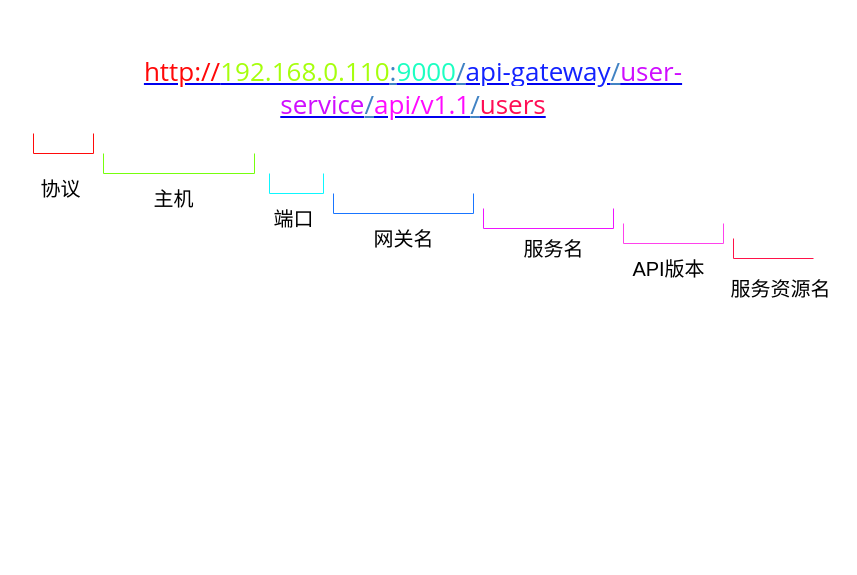
qozi/diagram keeps this draw.io diagram as 悦朋Restfull接口结构.drawio. Above is the earlier version. Source tidied: cells renumbered, new cells numbered last; positions are measured from the earlier drawing's top-left corner, leaving out a move shared by most shapes. Both pictures are drawn from the tidied source at 100%, with x=0, y=0 at pixel (23, 53).
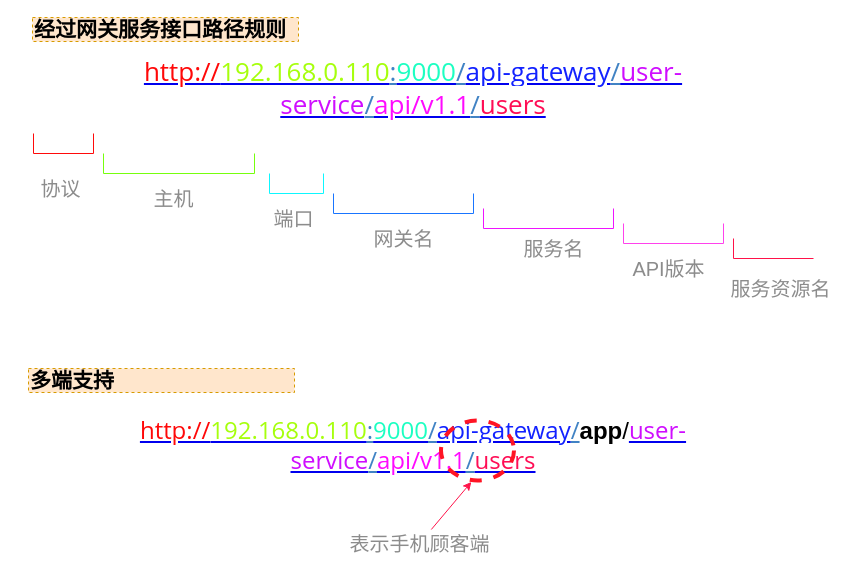
The same page after the edit.

Commit message:
更新悦朋Restfull接口结构.drawio

Diff of the diagram source:
```diff
@@
-    <mxCell id="10" value="&lt;font style=&quot;font-size: 20px;&quot;&gt;协议&lt;/font&gt;" style="text;html=1;align=center;verticalAlign=middle;fontSize=20;" parent="1" vertex="1">
+    <mxCell id="10" value="&lt;font style=&quot;font-size: 20px;&quot;&gt;协议&lt;/font&gt;" style="text;html=1;align=center;verticalAlign=middle;fontSize=20;fontColor=#8C8C8C;" parent="1" vertex="1">
       <mxGeometry x="7" y="120" width="60" height="30" as="geometry" />
     </mxCell>
-    <mxCell id="11" value="主机" style="text;html=1;align=center;verticalAlign=middle;fontSize=20;" parent="1" vertex="1">
+    <mxCell id="11" value="主机" style="text;html=1;align=center;verticalAlign=middle;fontSize=20;fontColor=#8C8C8C;" parent="1" vertex="1">
       <mxGeometry x="120" y="130" width="60" height="30" as="geometry" />
     </mxCell>
-    <mxCell id="12" value="端口" style="text;html=1;align=center;verticalAlign=middle;fontSize=20;" parent="1" vertex="1">
+    <mxCell id="12" value="端口" style="text;html=1;align=center;verticalAlign=middle;fontSize=20;fontColor=#8C8C8C;" parent="1" vertex="1">
       <mxGeometry x="240" y="150" width="60" height="30" as="geometry" />
     </mxCell>
-    <mxCell id="13" value="网关名" style="text;html=1;align=center;verticalAlign=middle;fontSize=20;" parent="1" vertex="1">
+    <mxCell id="13" value="网关名" style="text;html=1;align=center;verticalAlign=middle;fontSize=20;fontColor=#8C8C8C;" parent="1" vertex="1">
       <mxGeometry x="340" y="170" width="80" height="30" as="geometry" />
     </mxCell>
-    <mxCell id="14" value="服务名" style="text;html=1;align=center;verticalAlign=middle;fontSize=20;" parent="1" vertex="1">
+    <mxCell id="14" value="服务名" style="text;html=1;align=center;verticalAlign=middle;fontSize=20;fontColor=#8C8C8C;" parent="1" vertex="1">
       <mxGeometry x="490" y="180" width="80" height="30" as="geometry" />
     </mxCell>
-    <mxCell id="15" value="API版本" style="text;html=1;align=center;verticalAlign=middle;fontSize=20;" parent="1" vertex="1">
+    <mxCell id="15" value="API版本" style="text;html=1;align=center;verticalAlign=middle;fontSize=20;fontColor=#8C8C8C;" parent="1" vertex="1">
       <mxGeometry x="600" y="200" width="90" height="30" as="geometry" />
     </mxCell>
-    <mxCell id="16" value="服务资源名" style="text;html=1;align=center;verticalAlign=middle;fontSize=20;" parent="1" vertex="1">
+    <mxCell id="16" value="服务资源名" style="text;html=1;align=center;verticalAlign=middle;fontSize=20;fontColor=#8C8C8C;" parent="1" vertex="1">
       <mxGeometry x="697" y="220" width="120" height="30" as="geometry" />
     </mxCell>
+    <mxCell id="17" value="&lt;a href=&quot;http://192.168.0.110:9000/api-gateway/user-service/api/v1.1/users&quot; style=&quot;box-sizing: border-box ; cursor: pointer ; font-family: &amp;#34;open sans&amp;#34; , &amp;#34;clear sans&amp;#34; , &amp;#34;helvetica neue&amp;#34; , &amp;#34;helvetica&amp;#34; , &amp;#34;arial&amp;#34; , sans-serif ; font-size: 24px ; white-space: pre-wrap ; background-color: rgb(255 , 255 , 255)&quot;&gt;&lt;font color=&quot;#ff0808&quot; style=&quot;font-size: 24px&quot;&gt;http://&lt;/font&gt;&lt;/a&gt;&lt;a href=&quot;http://192.168.0.110:9000/api-gateway/user-service/api/v1.1/users&quot; style=&quot;box-sizing: border-box ; cursor: pointer ; font-family: &amp;#34;open sans&amp;#34; , &amp;#34;clear sans&amp;#34; , &amp;#34;helvetica neue&amp;#34; , &amp;#34;helvetica&amp;#34; , &amp;#34;arial&amp;#34; , sans-serif ; font-size: 24px ; white-space: pre-wrap ; background-color: rgb(255 , 255 , 255)&quot;&gt;&lt;font color=&quot;#a6ff0d&quot; style=&quot;font-size: 24px&quot;&gt;192.168.0.110&lt;/font&gt;&lt;/a&gt;&lt;a href=&quot;http://192.168.0.110:9000/api-gateway/user-service/api/v1.1/users&quot; style=&quot;box-sizing: border-box ; cursor: pointer ; color: rgb(65 , 131 , 196) ; font-family: &amp;#34;open sans&amp;#34; , &amp;#34;clear sans&amp;#34; , &amp;#34;helvetica neue&amp;#34; , &amp;#34;helvetica&amp;#34; , &amp;#34;arial&amp;#34; , sans-serif ; font-size: 24px ; white-space: pre-wrap ; background-color: rgb(255 , 255 , 255)&quot;&gt;:&lt;/a&gt;&lt;a href=&quot;http://192.168.0.110:9000/api-gateway/user-service/api/v1.1/users&quot; style=&quot;box-sizing: border-box ; cursor: pointer ; font-family: &amp;#34;open sans&amp;#34; , &amp;#34;clear sans&amp;#34; , &amp;#34;helvetica neue&amp;#34; , &amp;#34;helvetica&amp;#34; , &amp;#34;arial&amp;#34; , sans-serif ; font-size: 24px ; white-space: pre-wrap ; background-color: rgb(255 , 255 , 255)&quot;&gt;&lt;font color=&quot;#1cffc2&quot; style=&quot;font-size: 24px&quot;&gt;9000&lt;/font&gt;&lt;/a&gt;&lt;a href=&quot;http://192.168.0.110:9000/api-gateway/user-service/api/v1.1/users&quot; style=&quot;box-sizing: border-box ; cursor: pointer ; color: rgb(65 , 131 , 196) ; font-family: &amp;#34;open sans&amp;#34; , &amp;#34;clear sans&amp;#34; , &amp;#34;helvetica neue&amp;#34; , &amp;#34;helvetica&amp;#34; , &amp;#34;arial&amp;#34; , sans-serif ; font-size: 24px ; white-space: pre-wrap ; background-color: rgb(255 , 255 , 255)&quot;&gt;/&lt;/a&gt;&lt;a href=&quot;http://192.168.0.110:9000/api-gateway/user-service/api/v1.1/users&quot; style=&quot;box-sizing: border-box ; cursor: pointer ; font-family: &amp;#34;open sans&amp;#34; , &amp;#34;clear sans&amp;#34; , &amp;#34;helvetica neue&amp;#34; , &amp;#34;helvetica&amp;#34; , &amp;#34;arial&amp;#34; , sans-serif ; font-size: 24px ; white-space: pre-wrap ; background-color: rgb(255 , 255 , 255)&quot;&gt;&lt;font color=&quot;#1222ff&quot; style=&quot;font-size: 24px&quot;&gt;api-gateway&lt;/font&gt;&lt;/a&gt;&lt;a href=&quot;http://192.168.0.110:9000/api-gateway/user-service/api/v1.1/users&quot; style=&quot;box-sizing: border-box ; cursor: pointer ; color: rgb(65 , 131 , 196) ; font-family: &amp;#34;open sans&amp;#34; , &amp;#34;clear sans&amp;#34; , &amp;#34;helvetica neue&amp;#34; , &amp;#34;helvetica&amp;#34; , &amp;#34;arial&amp;#34; , sans-serif ; font-size: 24px ; white-space: pre-wrap ; background-color: rgb(255 , 255 , 255)&quot;&gt;/&lt;/a&gt;&lt;b&gt;app&lt;/b&gt;/&lt;a href=&quot;http://192.168.0.110:9000/api-gateway/user-service/api/v1.1/users&quot; style=&quot;box-sizing: border-box ; cursor: pointer ; font-family: &amp;#34;open sans&amp;#34; , &amp;#34;clear sans&amp;#34; , &amp;#34;helvetica neue&amp;#34; , &amp;#34;helvetica&amp;#34; , &amp;#34;arial&amp;#34; , sans-serif ; font-size: 24px ; white-space: pre-wrap ; background-color: rgb(255 , 255 , 255)&quot;&gt;&lt;font color=&quot;#cf0dff&quot; style=&quot;font-size: 24px&quot;&gt;user-service&lt;/font&gt;&lt;/a&gt;&lt;a href=&quot;http://192.168.0.110:9000/api-gateway/user-service/api/v1.1/users&quot; style=&quot;box-sizing: border-box ; cursor: pointer ; color: rgb(65 , 131 , 196) ; font-family: &amp;#34;open sans&amp;#34; , &amp;#34;clear sans&amp;#34; , &amp;#34;helvetica neue&amp;#34; , &amp;#34;helvetica&amp;#34; , &amp;#34;arial&amp;#34; , sans-serif ; font-size: 24px ; white-space: pre-wrap ; background-color: rgb(255 , 255 , 255)&quot;&gt;/&lt;/a&gt;&lt;a href=&quot;http://192.168.0.110:9000/api-gateway/user-service/api/v1.1/users&quot; style=&quot;box-sizing: border-box ; cursor: pointer ; font-family: &amp;#34;open sans&amp;#34; , &amp;#34;clear sans&amp;#34; , &amp;#34;helvetica neue&amp;#34; , &amp;#34;helvetica&amp;#34; , &amp;#34;arial&amp;#34; , sans-serif ; font-size: 24px ; white-space: pre-wrap ; background-color: rgb(255 , 255 , 255)&quot;&gt;&lt;font color=&quot;#ff0aff&quot; style=&quot;font-size: 24px&quot;&gt;api/v1.1&lt;/font&gt;&lt;/a&gt;&lt;a href=&quot;http://192.168.0.110:9000/api-gateway/user-service/api/v1.1/users&quot; style=&quot;box-sizing: border-box ; cursor: pointer ; color: rgb(65 , 131 , 196) ; font-family: &amp;#34;open sans&amp;#34; , &amp;#34;clear sans&amp;#34; , &amp;#34;helvetica neue&amp;#34; , &amp;#34;helvetica&amp;#34; , &amp;#34;arial&amp;#34; , sans-serif ; font-size: 24px ; white-space: pre-wrap ; background-color: rgb(255 , 255 , 255)&quot;&gt;/&lt;/a&gt;&lt;a href=&quot;http://192.168.0.110:9000/api-gateway/user-service/api/v1.1/users&quot; style=&quot;box-sizing: border-box ; cursor: pointer ; font-family: &amp;#34;open sans&amp;#34; , &amp;#34;clear sans&amp;#34; , &amp;#34;helvetica neue&amp;#34; , &amp;#34;helvetica&amp;#34; , &amp;#34;arial&amp;#34; , sans-serif ; font-size: 24px ; white-space: pre-wrap ; background-color: rgb(255 , 255 , 255)&quot;&gt;&lt;font color=&quot;#ff0d55&quot; style=&quot;font-size: 24px&quot;&gt;users&lt;/font&gt;&lt;/a&gt;" style="text;html=1;strokeColor=none;fillColor=none;align=center;verticalAlign=middle;whiteSpace=wrap;rounded=0;fontSize=24;" parent="1" vertex="1">
+      <mxGeometry x="-6" y="357" width="792" height="70" as="geometry" />
+    </mxCell>
+    <mxCell id="18" value="表示手机顾客端" style="text;html=1;align=center;verticalAlign=middle;points=[];fontSize=20;fontColor=#8C8C8C;" parent="1" vertex="1">
+      <mxGeometry x="321" y="476" width="150" height="28" as="geometry" />
+    </mxCell>
+    <mxCell id="19" style="ellipse;whiteSpace=wrap;html=1;fontSize=24;fontColor=#8C8C8C;fillColor=none;strokeColor=#FF1424;dashed=1;perimeterSpacing=4;strokeWidth=4;" parent="1" vertex="1">
+      <mxGeometry x="417.5" y="367" width="73" height="60" as="geometry" />
+    </mxCell>
+    <mxCell id="20" style="endArrow=classic;html=1;strokeColor=#FF1249;fontSize=24;fontColor=#8C8C8C;entryX=0.424;entryY=0.963;entryDx=0;entryDy=0;entryPerimeter=0;" parent="1" edge="1" source="18" target="19">
+      <mxGeometry relative="1" as="geometry" />
+    </mxCell>
+    <mxCell id="21" value="经过网关服务接口路径规则" style="text;html=1;strokeColor=#d79b00;fillColor=#ffe6cc;align=left;verticalAlign=middle;whiteSpace=wrap;rounded=0;dashed=1;fontSize=21;fontStyle=1;" parent="1" vertex="1">
+      <mxGeometry x="9" y="-36" width="266" height="24" as="geometry" />
+    </mxCell>
+    <mxCell id="22" value="多端支持" style="text;html=1;strokeColor=#d79b00;fillColor=#ffe6cc;align=left;verticalAlign=middle;whiteSpace=wrap;rounded=0;dashed=1;fontSize=21;fontStyle=1;" parent="1" vertex="1">
+      <mxGeometry x="5" y="315" width="266" height="24" as="geometry" />
+    </mxCell>
```
